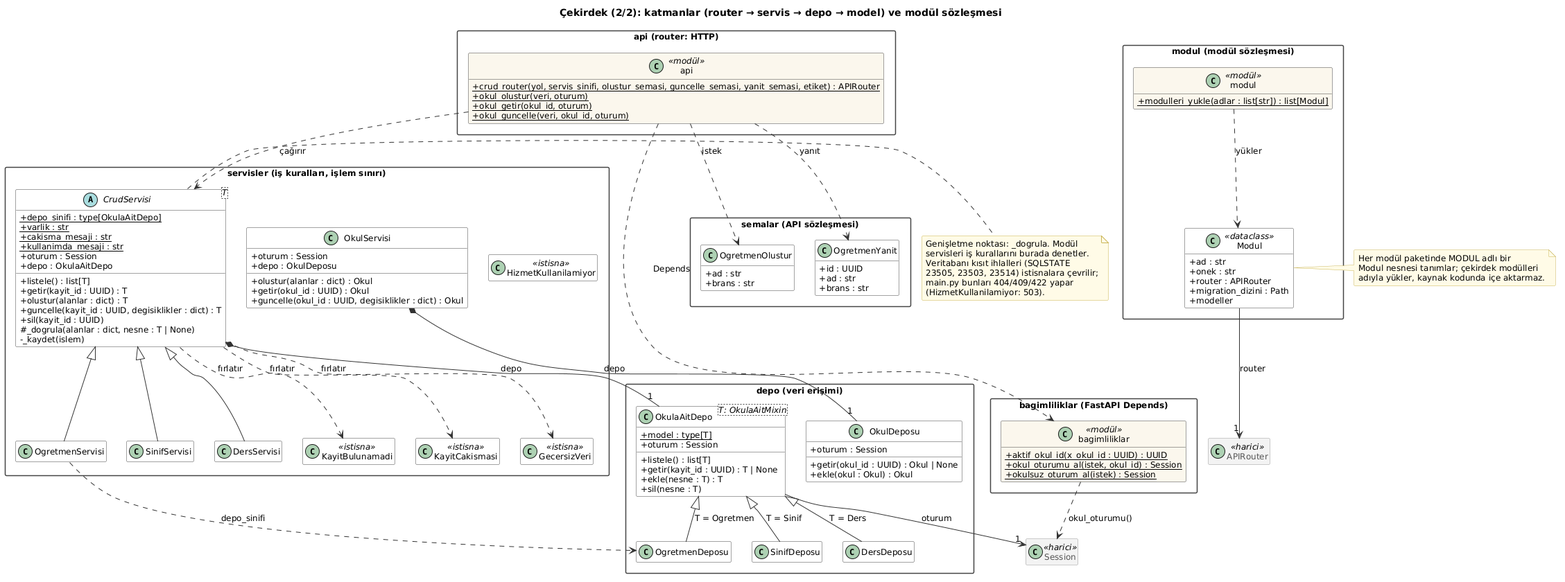
This is docs/diyagramlar/cikti/03-cekirdek-katmanlar.png from yusuf-aycicek/cizelge, a PlantUML export, as it was before one commit.
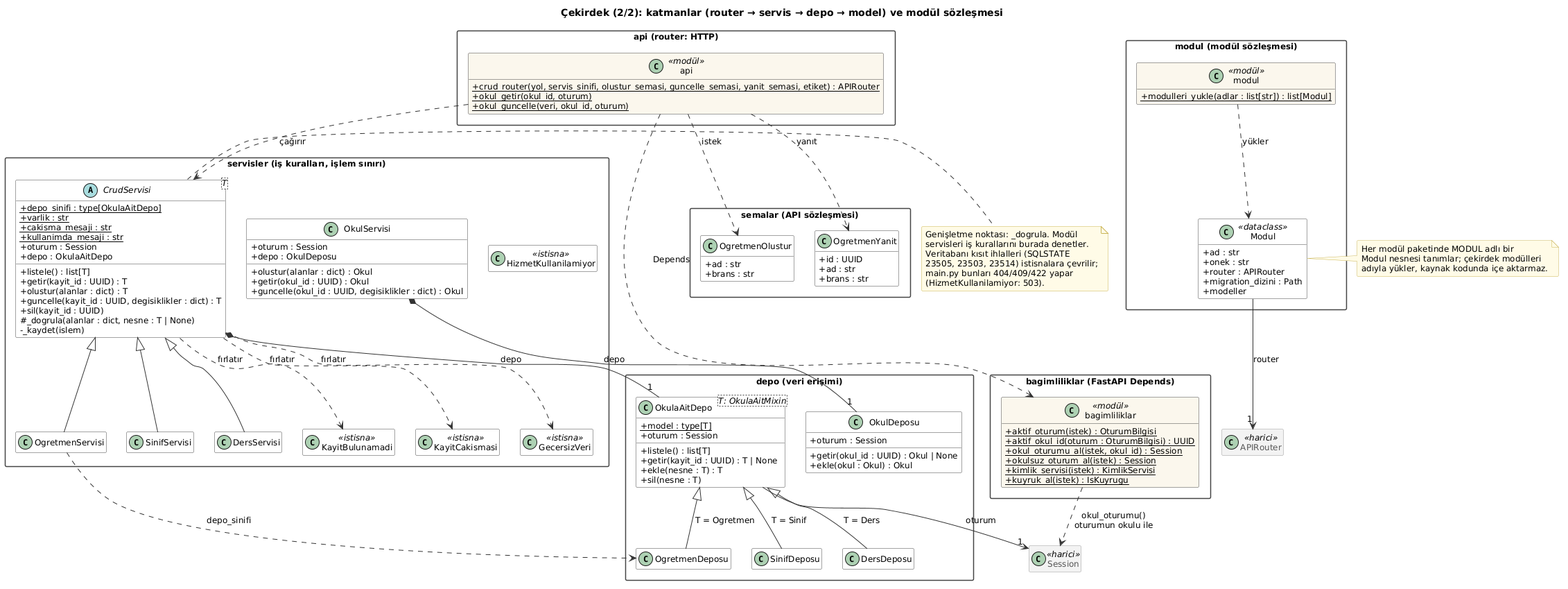
After the commit.

Diff of the diagram source:
```diff
@@ -9,7 +9,6 @@
 package "api (router: HTTP)" {
   class api <<modül>> {
     {static} +crud_router(yol, servis_sinifi, olustur_semasi, guncelle_semasi, yanit_semasi, etiket) : APIRouter
-    {static} +okul_olustur(veri, oturum)
     {static} +okul_getir(okul_id, oturum)
     {static} +okul_guncelle(veri, okul_id, oturum)
   }
@@ -17,9 +16,12 @@
 
 package "bagimliliklar (FastAPI Depends)" {
   class bagimliliklar <<modül>> {
-    {static} +aktif_okul_id(x_okul_id : UUID) : UUID
+    {static} +aktif_oturum(istek) : OturumBilgisi
+    {static} +aktif_okul_id(oturum : OturumBilgisi) : UUID
     {static} +okul_oturumu_al(istek, okul_id) : Session
     {static} +okulsuz_oturum_al(istek) : Session
+    {static} +kimlik_servisi(istek) : KimlikServisi
+    {static} +kuyruk_al(istek) : IsKuyrugu
   }
 }
 
@@ -103,7 +105,7 @@
 api ..> CrudServisi : çağırır
 api ..> OgretmenOlustur : istek
 api ..> OgretmenYanit : yanıt
-bagimliliklar ..> Session : okul_oturumu()
+bagimliliklar ..> Session : okul_oturumu()\noturumun okulu ile
 
 CrudServisi <|-- OgretmenServisi
 CrudServisi <|-- SinifServisi
```
